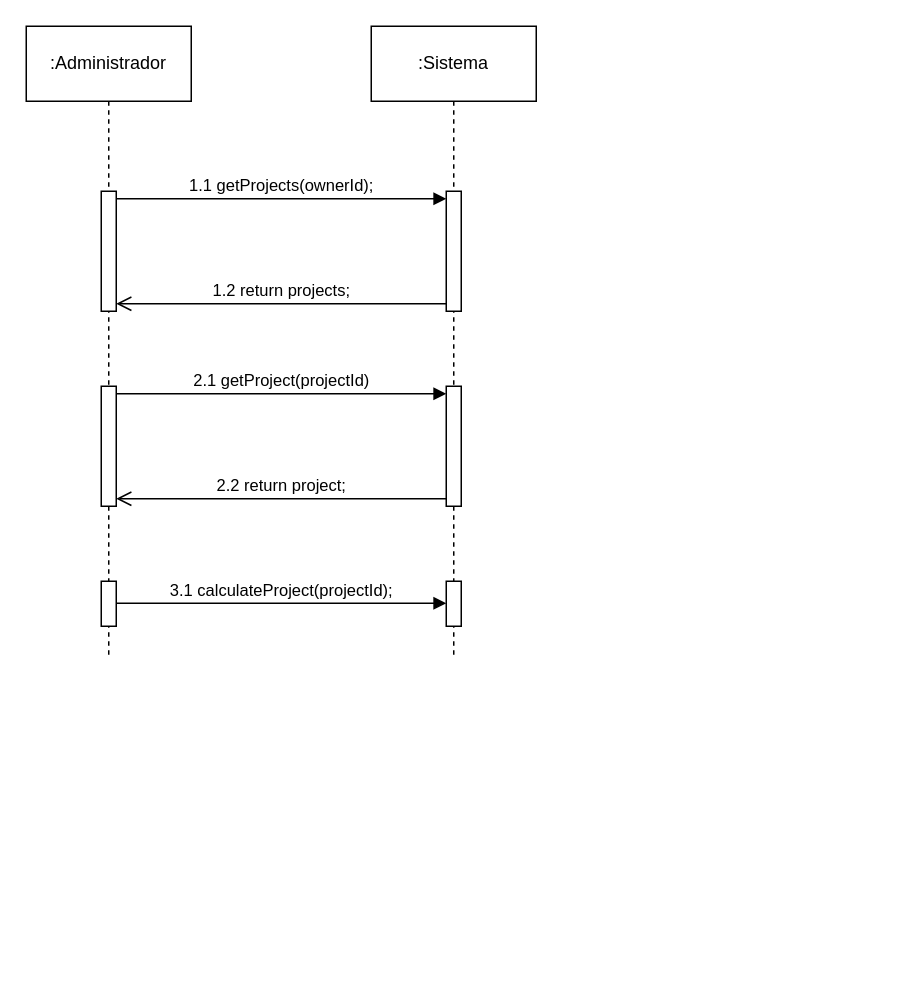
This is Trabalho final/5 - DSS/6 - Calcular resultados.drawio from ViniciusKurek/CalculadoraAPS, a draw.io file, before an edit. Source tidied: cells renumbered, new cells numbered last; positions are measured from the earlier drawing's top-left corner, leaving out a move shared by most shapes. Both pictures are drawn from the tidied source at 150%, with x=0, y=0 at pixel (26, 26).
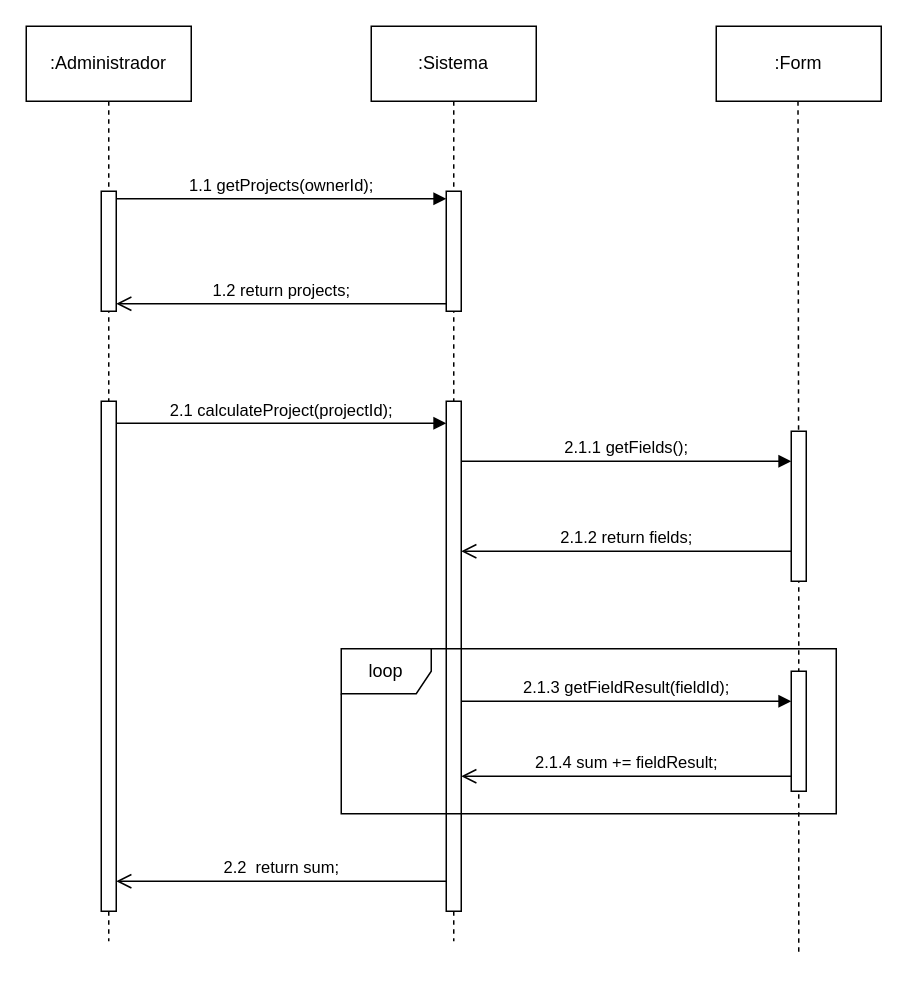
The same page after the edit.

Unchanged cells that the change refers to:
```xml
<mxCell id="3" value=":Administrador" style="html=1;whiteSpace=wrap;" parent="1" vertex="1">
  <mxGeometry width="110" height="50" as="geometry" />
</mxCell>
<mxCell id="5" value=":Sistema" style="html=1;whiteSpace=wrap;" parent="1" vertex="1">
  <mxGeometry x="230" width="110" height="50" as="geometry" />
</mxCell>
```

The edit, as a diff of the source:
```diff
@@
     <mxCell id="2" style="edgeStyle=orthogonalEdgeStyle;rounded=0;jettySize=auto;html=1;endArrow=none;endFill=0;dashed=1;exitX=0.5;exitY=1;exitDx=0;exitDy=0;" parent="1" edge="1" source="3">
       <mxGeometry relative="1" as="geometry">
-        <mxPoint x="55" y="420" as="targetPoint" />
+        <mxPoint x="55" y="610" as="targetPoint" />
       </mxGeometry>
     </mxCell>
@@
     <mxCell id="4" style="edgeStyle=orthogonalEdgeStyle;rounded=0;jettySize=auto;html=1;dashed=1;endArrow=none;endFill=0;" parent="1" edge="1" source="5">
       <mxGeometry relative="1" as="geometry">
-        <mxPoint x="285" y="420" as="targetPoint" />
+        <mxPoint x="285" y="610" as="targetPoint" />
       </mxGeometry>
     </mxCell>
@@
-    <mxCell id="10" style="html=1;points=[[0,0,0,0,5],[0,1,0,0,-5],[1,0,0,0,5],[1,1,0,0,-5]];perimeter=orthogonalPerimeter;outlineConnect=0;targetShapes=umlLifeline;portConstraint=eastwest;newEdgeStyle={&quot;curved&quot;:0,&quot;rounded&quot;:0};" parent="1" vertex="1">
-      <mxGeometry x="280" y="240" width="10" height="80" as="geometry" />
-    </mxCell>
-    <mxCell id="11" value="2.1 getProject(projectId)" style="html=1;verticalAlign=bottom;endArrow=block;curved=0;rounded=0;entryX=0;entryY=0;entryDx=0;entryDy=5;exitX=1;exitY=0;exitDx=0;exitDy=5;exitPerimeter=0;" parent="1" edge="1" source="13" target="10">
-      <mxGeometry relative="1" as="geometry" />
-    </mxCell>
-    <mxCell id="12" value="2.2 return project;" style="html=1;verticalAlign=bottom;endArrow=open;endSize=8;curved=0;rounded=0;exitX=0;exitY=1;exitDx=0;exitDy=-5;entryX=1;entryY=1;entryDx=0;entryDy=-5;entryPerimeter=0;" parent="1" edge="1" source="10" target="13">
-      <mxGeometry relative="1" as="geometry" />
-    </mxCell>
-    <mxCell id="13" style="html=1;points=[[0,0,0,0,5],[0,1,0,0,-5],[1,0,0,0,5],[1,1,0,0,-5]];perimeter=orthogonalPerimeter;outlineConnect=0;targetShapes=umlLifeline;portConstraint=eastwest;newEdgeStyle={&quot;curved&quot;:0,&quot;rounded&quot;:0};" parent="1" vertex="1">
-      <mxGeometry x="50" y="240" width="10" height="80" as="geometry" />
-    </mxCell>
     <mxCell id="14" style="html=1;perimeter=orthogonalPerimeter;targetShapes=umlLifeline;newEdgeStyle={&quot;curved&quot;:0,&quot;rounded&quot;:0};" parent="1" vertex="1">
-      <mxGeometry x="280" y="370" width="10" height="30" as="geometry" />
+      <mxGeometry x="280" y="250" width="10" height="340" as="geometry" />
     </mxCell>
-    <mxCell id="15" value="3.1 calculateProject(projectId);" style="html=1;verticalAlign=bottom;endArrow=block;curved=0;rounded=0;entryX=0;entryY=0;entryDx=0;entryDy=5;exitX=1;exitY=0;exitDx=0;exitDy=5;exitPerimeter=0;" parent="1" edge="1">
+    <mxCell id="15" value="2.1 calculateProject(projectId);" style="html=1;verticalAlign=bottom;endArrow=block;curved=0;rounded=0;entryX=0;entryY=0;entryDx=0;entryDy=5;exitX=1;exitY=0;exitDx=0;exitDy=5;exitPerimeter=0;" parent="1" edge="1">
       <mxGeometry relative="1" as="geometry">
-        <mxPoint x="60" y="384.7" as="sourcePoint" />
-        <mxPoint x="280" y="384.7" as="targetPoint" />
+        <mxPoint x="60" y="264.7" as="sourcePoint" />
+        <mxPoint x="280" y="264.7" as="targetPoint" />
       </mxGeometry>
     </mxCell>
     <mxCell id="16" style="html=1;perimeter=orthogonalPerimeter;targetShapes=umlLifeline;newEdgeStyle={&quot;curved&quot;:0,&quot;rounded&quot;:0};" parent="1" vertex="1">
-      <mxGeometry x="50" y="370" width="10" height="30" as="geometry" />
+      <mxGeometry x="50" y="250" width="10" height="340" as="geometry" />
     </mxCell>
+    <mxCell id="17" style="edgeStyle=orthogonalEdgeStyle;rounded=0;orthogonalLoop=1;jettySize=auto;html=1;endArrow=none;endFill=0;dashed=1;" parent="1" edge="1">
+      <mxGeometry relative="1" as="geometry">
+        <mxPoint x="514.5" y="50" as="sourcePoint" />
+        <mxPoint x="515" y="620" as="targetPoint" />
+      </mxGeometry>
+    </mxCell>
+    <mxCell id="18" value=":Form" style="html=1;whiteSpace=wrap;" parent="1" vertex="1">
+      <mxGeometry x="460" width="110" height="50" as="geometry" />
+    </mxCell>
+    <mxCell id="19" style="html=1;perimeter=orthogonalPerimeter;targetShapes=umlLifeline;newEdgeStyle={&quot;curved&quot;:0,&quot;rounded&quot;:0};" parent="1" vertex="1">
+      <mxGeometry x="510" y="270" width="10" height="100" as="geometry" />
+    </mxCell>
+    <mxCell id="20" value="2.1.1 getFields();" style="html=1;verticalAlign=bottom;endArrow=block;curved=0;rounded=0;entryX=0;entryY=0;entryDx=0;entryDy=5;exitX=1;exitY=0;exitDx=0;exitDy=5;exitPerimeter=0;" parent="1" edge="1">
+      <mxGeometry relative="1" as="geometry">
+        <mxPoint x="290" y="290" as="sourcePoint" />
+        <mxPoint x="510" y="290" as="targetPoint" />
+      </mxGeometry>
+    </mxCell>
+    <mxCell id="21" value="2.1.2 return fields;" style="html=1;verticalAlign=bottom;endArrow=open;endSize=8;curved=0;rounded=0;exitX=0;exitY=1;exitDx=0;exitDy=-5;entryX=1;entryY=1;entryDx=0;entryDy=-5;entryPerimeter=0;" parent="1" edge="1">
+      <mxGeometry relative="1" as="geometry">
+        <mxPoint x="510" y="350" as="sourcePoint" />
+        <mxPoint x="290" y="350" as="targetPoint" />
+      </mxGeometry>
+    </mxCell>
+    <mxCell id="22" style="html=1;perimeter=orthogonalPerimeter;targetShapes=umlLifeline;newEdgeStyle={&quot;curved&quot;:0,&quot;rounded&quot;:0};" parent="1" vertex="1">
+      <mxGeometry x="510" y="430" width="10" height="80" as="geometry" />
+    </mxCell>
+    <mxCell id="23" value="2.1.3 getFieldResult(fieldId);" style="html=1;verticalAlign=bottom;endArrow=block;curved=0;rounded=0;entryX=0;entryY=0;entryDx=0;entryDy=5;exitX=1;exitY=0;exitDx=0;exitDy=5;exitPerimeter=0;" parent="1" edge="1">
+      <mxGeometry relative="1" as="geometry">
+        <mxPoint x="290" y="450" as="sourcePoint" />
+        <mxPoint x="510" y="450" as="targetPoint" />
+      </mxGeometry>
+    </mxCell>
+    <mxCell id="24" value="loop" style="shape=umlFrame;whiteSpace=wrap;html=1;" parent="1" vertex="1">
+      <mxGeometry x="210" y="415" width="330" height="110" as="geometry" />
+    </mxCell>
+    <mxCell id="25" value="2.1.4 sum += fieldResult;" style="html=1;verticalAlign=bottom;endArrow=open;endSize=8;curved=0;rounded=0;exitX=0;exitY=1;exitDx=0;exitDy=-5;entryX=1;entryY=1;entryDx=0;entryDy=-5;entryPerimeter=0;" parent="1" edge="1">
+      <mxGeometry relative="1" as="geometry">
+        <mxPoint x="510" y="500" as="sourcePoint" />
+        <mxPoint x="290" y="500" as="targetPoint" />
+      </mxGeometry>
+    </mxCell>
+    <mxCell id="26" value="2.2&amp;nbsp; return sum;" style="html=1;verticalAlign=bottom;endArrow=open;endSize=8;curved=0;rounded=0;exitX=0;exitY=1;exitDx=0;exitDy=-5;entryX=1;entryY=1;entryDx=0;entryDy=-5;entryPerimeter=0;" parent="1" edge="1">
+      <mxGeometry relative="1" as="geometry">
+        <mxPoint x="280" y="570" as="sourcePoint" />
+        <mxPoint x="60" y="570" as="targetPoint" />
+      </mxGeometry>
+    </mxCell>
```
